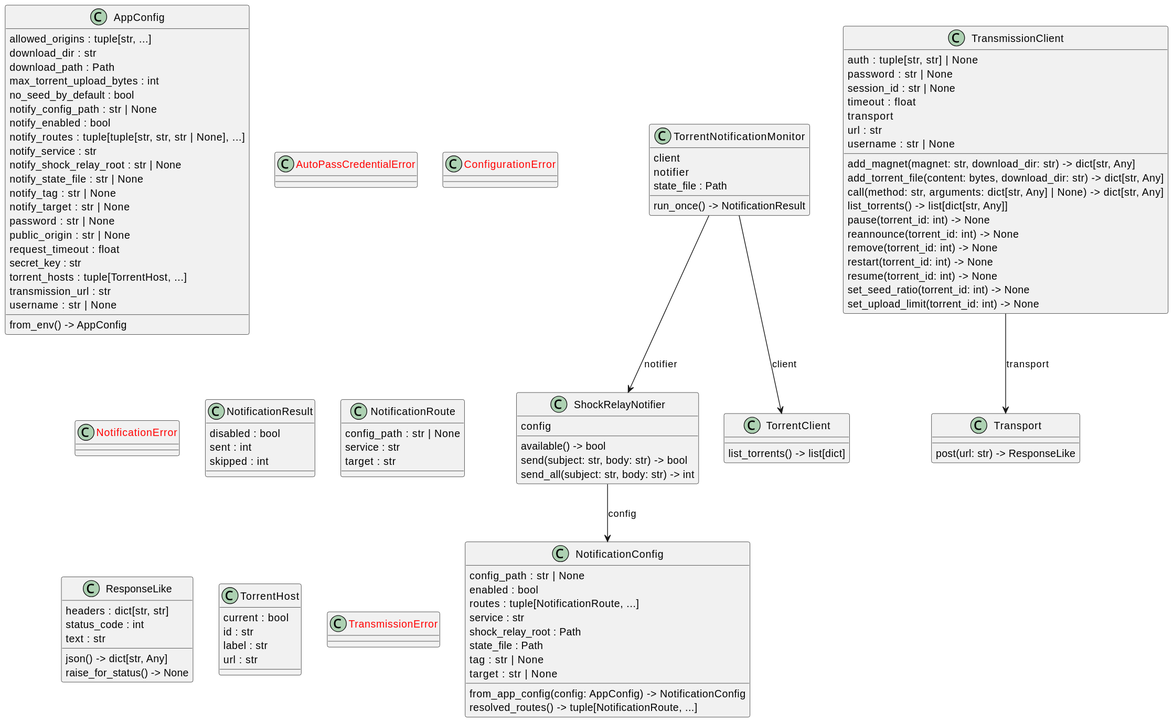
Earlier version of the PlantUML export docs/diagrams/python-classes.puml.svg (casonk/magneto).
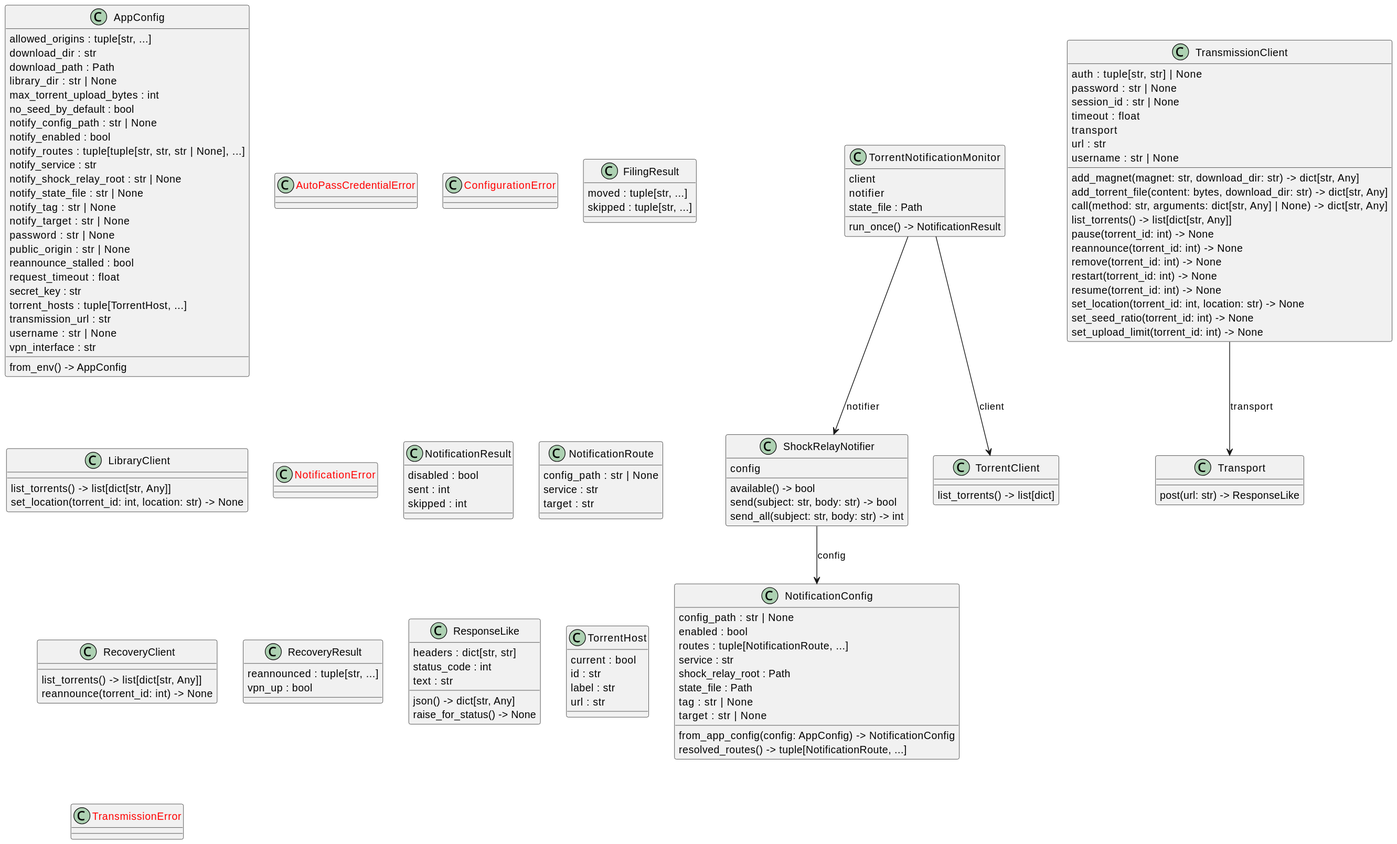
Above is the later version.

What changed in the source:
```diff
@@ -4,6 +4,7 @@
   allowed_origins : tuple[str, ...]
   download_dir : str
   download_path : Path
+  library_dir : str | None
   max_torrent_upload_bytes : int
   no_seed_by_default : bool
   notify_config_path : str | None
@@ -16,16 +17,26 @@
   notify_target : str | None
   password : str | None
   public_origin : str | None
+  reannounce_stalled : bool
   request_timeout : float
   secret_key : str
   torrent_hosts : tuple[TorrentHost, ...]
   transmission_url : str
   username : str | None
+  vpn_interface : str
   from_env() -> AppConfig
 }
 class "<color:red>AutoPassCredentialError</color>" as src.magneto.autopass.AutoPassCredentialError {
 }
 class "<color:red>ConfigurationError</color>" as src.magneto.config.ConfigurationError {
+}
+class "FilingResult" as src.magneto.library.FilingResult {
+  moved : tuple[str, ...]
+  skipped : tuple[str, ...]
+}
+class "LibraryClient" as src.magneto.library.LibraryClient {
+  list_torrents() -> list[dict[str, Any]]
+  set_location(torrent_id: int, location: str) -> None
 }
 class "NotificationConfig" as src.magneto.notifications.NotificationConfig {
   config_path : str | None
@@ -50,6 +61,14 @@
   config_path : str | None
   service : str
   target : str
+}
+class "RecoveryClient" as src.magneto.recovery.RecoveryClient {
+  list_torrents() -> list[dict[str, Any]]
+  reannounce(torrent_id: int) -> None
+}
+class "RecoveryResult" as src.magneto.recovery.RecoveryResult {
+  reannounced : tuple[str, ...]
+  vpn_up : bool
 }
 class "ResponseLike" as src.magneto.transmission.ResponseLike {
   headers : dict[str, str]
@@ -96,6 +115,7 @@
   remove(torrent_id: int) -> None
   restart(torrent_id: int) -> None
   resume(torrent_id: int) -> None
+  set_location(torrent_id: int, location: str) -> None
   set_seed_ratio(torrent_id: int) -> None
   set_upload_limit(torrent_id: int) -> None
 }
```
